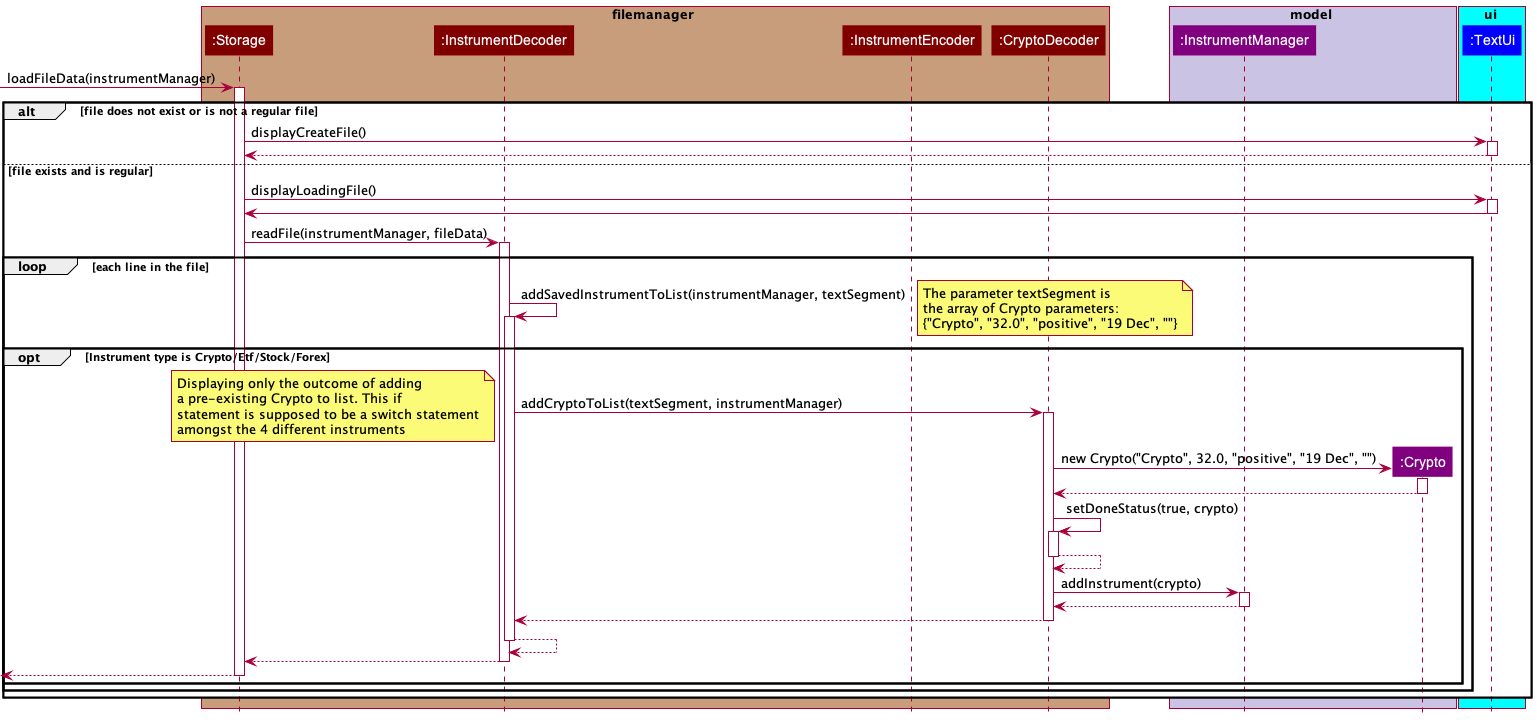
Above: docs/images/FileManagerSequenceDiagram.png in williamlamjy/mTracker (PlantUML), before the change.
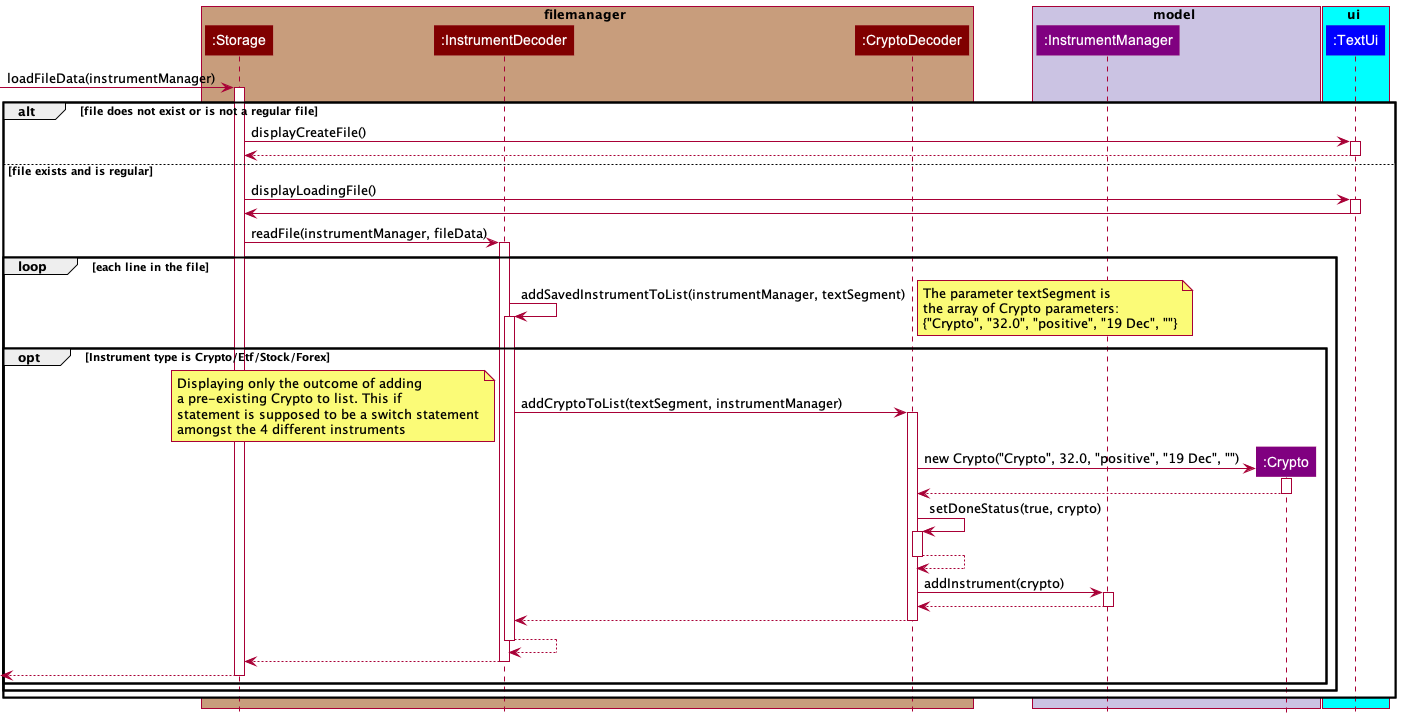
After the change.

Commit message:
added seq diagram for encoding

The edit, as a diff of the source:
```diff
@@ -4,7 +4,6 @@
 box filemanager COLOR_STORAGE_SEGMENT
 participant ":Storage" as Storage COLOR_STORAGE
 participant ":InstrumentDecoder" as InstrumentDecoder COLOR_STORAGE
-participant ":InstrumentEncoder" as InstrumentEncoder COLOR_STORAGE
 participant ":CryptoDecoder" as CryptoDecoder COLOR_STORAGE
 end box
 
```
